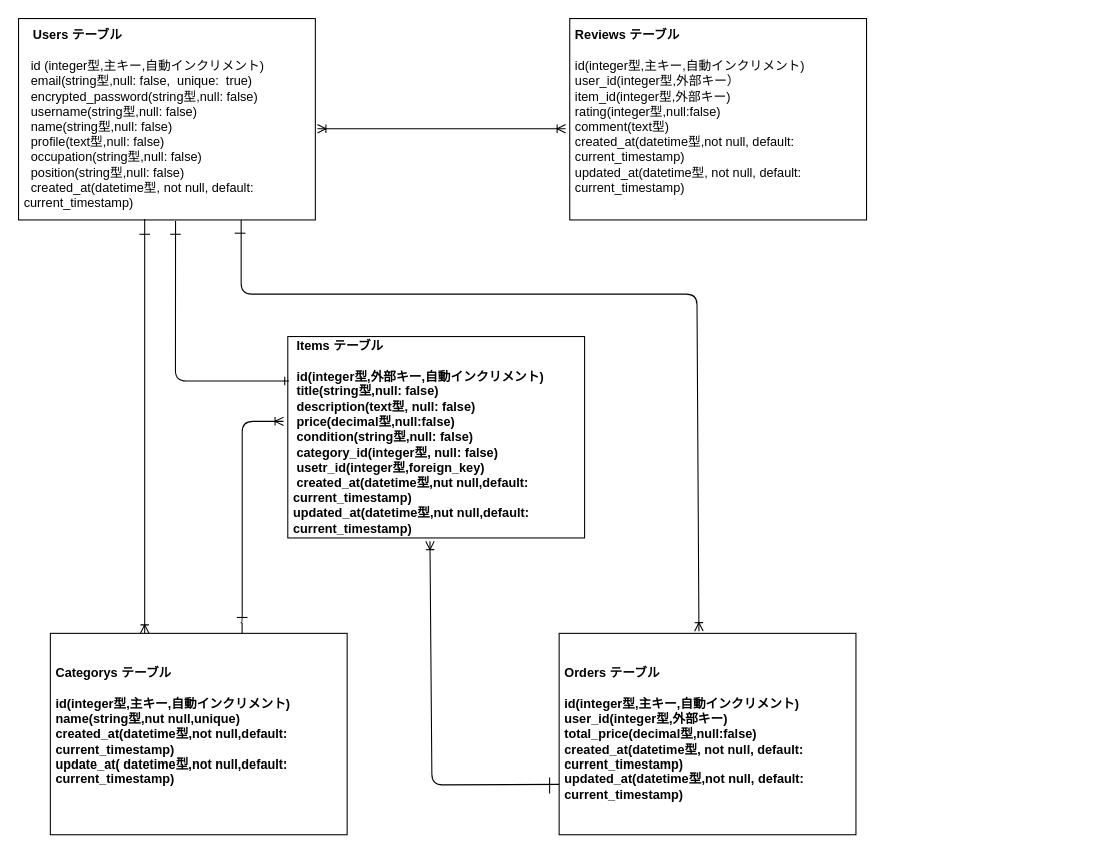
Earlier version of the draw.io diagram ER.dio (chanhito05/furima-40239). Source tidied: cells renumbered, new cells numbered last; positions are measured from the earlier drawing's top-left corner, leaving out a move shared by most shapes. Both pictures are drawn from the tidied source at 106%, with x=0, y=0 at pixel (18, 18).
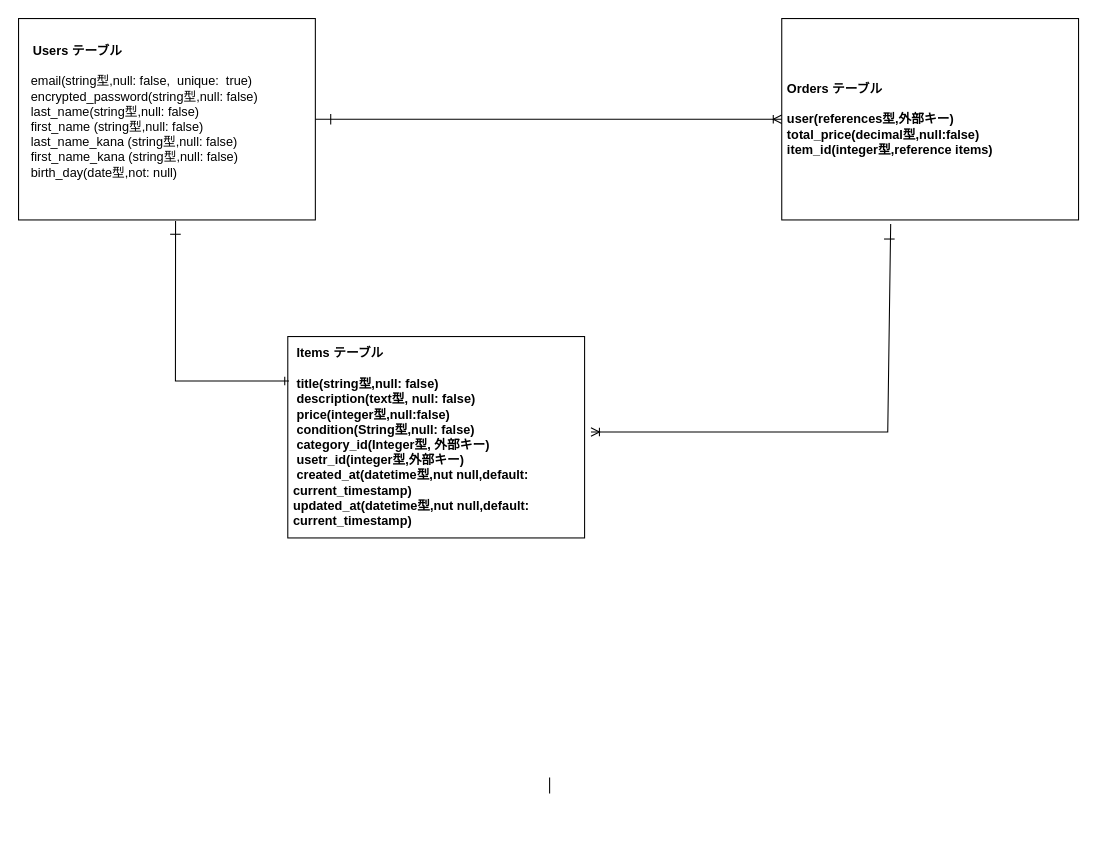
After the change.

What changed in the source:
```diff
@@
-    <mxCell id="2" value="&lt;b&gt;　Users テーブル&lt;br&gt;&lt;/b&gt;　&lt;br&gt;&amp;nbsp; &amp;nbsp;id (integer型,主キー,自動インクリメント)&lt;br&gt;&amp;nbsp; &amp;nbsp;email(string型,null: false,&amp;nbsp; unique:&amp;nbsp; true)&lt;br&gt;&amp;nbsp; &amp;nbsp;encrypted_password(string型,null: false)&lt;br&gt;&amp;nbsp; &amp;nbsp;username(string型,null: false)&lt;br&gt;&amp;nbsp; &amp;nbsp;name(string型,null: false)&lt;br&gt;&amp;nbsp; &amp;nbsp;profile(text型,null: false)&lt;br&gt;&amp;nbsp; &amp;nbsp;occupation(string型,null: false)&lt;br&gt;&amp;nbsp; &amp;nbsp;position(string型,null: false)&lt;br&gt;&amp;nbsp; &amp;nbsp;created_at(datetime型, not null, default:&amp;nbsp; &amp;nbsp; &amp;nbsp;current_timestamp)&lt;br&gt;" style="rounded=0;whiteSpace=wrap;html=1;align=left;" parent="1" vertex="1">
+    <mxCell id="2" value="&lt;b&gt;　Users テーブル&lt;br&gt;&lt;/b&gt;　&lt;br&gt;&amp;nbsp; &amp;nbsp;email(string型,null: false,&amp;nbsp; unique:&amp;nbsp; true)&lt;br&gt;&amp;nbsp; &amp;nbsp;encrypted_password(string型,null: false)&lt;br&gt;&amp;nbsp; &amp;nbsp;last_name(string型,null: false)&lt;br&gt;&amp;nbsp; &amp;nbsp;first_name&amp;nbsp;(string型,null: false)&lt;br&gt;&amp;nbsp; &amp;nbsp;last_name_kana&amp;nbsp;(string型,null: false)&lt;br&gt;&amp;nbsp; &amp;nbsp;first_name_kana (string型,null: false)&lt;br&gt;&amp;nbsp; &amp;nbsp;birth_day(date型,not: null)&amp;nbsp; &amp;nbsp;&lt;br&gt;&amp;nbsp; &amp;nbsp; &amp;nbsp;" style="rounded=0;whiteSpace=wrap;html=1;align=left;" parent="1" vertex="1">
       <mxGeometry width="280" height="190" as="geometry" />
     </mxCell>
-    <mxCell id="3" value="&lt;b&gt;&amp;nbsp; Items テーブル&lt;br&gt;&lt;br&gt;&amp;nbsp; id(integer型,外部キー,自動インクリメント)&lt;br&gt;&amp;nbsp; title(string型,null: false)&lt;br&gt;&amp;nbsp; description(text型, null: false)&lt;br&gt;&amp;nbsp; price(decimal型,null:false)&lt;br&gt;&amp;nbsp; condition(string型,null: false)&lt;br&gt;&amp;nbsp; category_id(integer型, null: false)&lt;br&gt;&amp;nbsp; usetr_id(integer型,foreign_key)&lt;br&gt;&amp;nbsp; created_at(datetime型,nut null,default:&amp;nbsp; &amp;nbsp;current_timestamp)&lt;br&gt;&amp;nbsp;updated_at(datetime型,nut null,default:&amp;nbsp; &amp;nbsp;current_timestamp)&lt;br&gt;&lt;/b&gt;" style="rounded=0;whiteSpace=wrap;html=1;align=left;" parent="1" vertex="1">
+    <mxCell id="3" value="&lt;b&gt;&amp;nbsp; Items テーブル&lt;br&gt;&lt;br&gt;&amp;nbsp; title(string型,null: false)&lt;br&gt;&amp;nbsp; description(text型, null: false)&lt;br&gt;&amp;nbsp; price(integer型,null:false)&lt;br&gt;&amp;nbsp; condition(String型,null: false)&lt;br&gt;&amp;nbsp; category_id(Integer型, 外部キー)&lt;br&gt;&amp;nbsp; usetr_id(integer型,外部キー)&lt;br&gt;&amp;nbsp; created_at(datetime型,nut null,default:&amp;nbsp; &amp;nbsp;current_timestamp)&lt;br&gt;&amp;nbsp;updated_at(datetime型,nut null,default:&amp;nbsp; &amp;nbsp;current_timestamp)&lt;br&gt;&lt;/b&gt;" style="rounded=0;whiteSpace=wrap;html=1;align=left;" parent="1" vertex="1">
       <mxGeometry x="254" y="300" width="280" height="190" as="geometry" />
     </mxCell>
-    <mxCell id="4" value="&lt;div style=&quot;&quot;&gt;&lt;b&gt;&amp;nbsp;Reviews テーブル&amp;nbsp;&lt;/b&gt;&lt;/div&gt;&lt;div style=&quot;&quot;&gt;&lt;b&gt;&lt;br&gt;&lt;/b&gt;&lt;/div&gt;&lt;div style=&quot;&quot;&gt;&amp;nbsp;id(integer型,主キー,自動インクリメント)&lt;/div&gt;&lt;div style=&quot;&quot;&gt;&amp;nbsp;user_id(integer型,外部キー）&lt;/div&gt;&lt;div style=&quot;&quot;&gt;&amp;nbsp;item_id(integer型,外部キー)&lt;/div&gt;&lt;div style=&quot;&quot;&gt;&amp;nbsp;rating(integer型,null:false)&lt;/div&gt;&lt;div style=&quot;&quot;&gt;&amp;nbsp;comment(text型)&lt;/div&gt;&lt;div style=&quot;&quot;&gt;&amp;nbsp;created_at(datetime型,not null, default:&amp;nbsp; &amp;nbsp;current_timestamp)&lt;/div&gt;&lt;div style=&quot;&quot;&gt;&amp;nbsp;updated_at(datetime型, not null, default:&amp;nbsp; &amp;nbsp;current_timestamp)&lt;/div&gt;&lt;div style=&quot;&quot;&gt;&lt;br&gt;&lt;/div&gt;" style="rounded=0;whiteSpace=wrap;html=1;align=left;" parent="1" vertex="1">
-      <mxGeometry x="520" width="280" height="190" as="geometry" />
-    </mxCell>
-    <mxCell id="5" value="&lt;b&gt;&amp;nbsp;Orders テーブル&lt;br&gt;&amp;nbsp;&lt;br&gt;&amp;nbsp;id(integer型,主キー,自動インクリメント)&lt;br&gt;&amp;nbsp;user_id(integer型,外部キー)&lt;br&gt;&amp;nbsp;total_price(decimal型,null:false)&lt;br&gt;&amp;nbsp;created_at(datetime型, not null, default:&amp;nbsp; &amp;nbsp;current_timestamp)&lt;br&gt;&amp;nbsp;updated_at(datetime型,not null, default:&amp;nbsp; &amp;nbsp;current_timestamp)&lt;br&gt;&lt;/b&gt;" style="rounded=0;whiteSpace=wrap;html=1;align=left;" parent="1" vertex="1">
-      <mxGeometry x="510" y="580" width="280" height="190" as="geometry" />
+    <mxCell id="5" value="&lt;b&gt;&amp;nbsp;Orders テーブル&lt;br&gt;&amp;nbsp;&lt;br&gt;&amp;nbsp;user(references型,外部キー)&lt;br&gt;&amp;nbsp;total_price(decimal型,null:false)&lt;br&gt;&amp;nbsp;item_id(integer型,reference items)&lt;br&gt;&lt;/b&gt;" style="rounded=0;whiteSpace=wrap;html=1;align=left;" parent="1" vertex="1">
+      <mxGeometry x="720" width="280" height="190" as="geometry" />
     </mxCell>
-    <mxCell id="6" value="&lt;b&gt;&amp;nbsp;Categorys テーブル&lt;br&gt;&lt;br&gt;&amp;nbsp;id(integer型,主キー,自動インクリメント)&lt;br&gt;&amp;nbsp;name(string型,nut null,unique)&lt;br&gt;&amp;nbsp;created_at(datetime型,not null,default:&amp;nbsp; &amp;nbsp;current_timestamp)&lt;br&gt;&amp;nbsp;update_at( datetime型,not null,default:&amp;nbsp; &amp;nbsp;current_timestamp)&lt;br&gt;&lt;br&gt;&lt;/b&gt;" style="rounded=0;whiteSpace=wrap;html=1;align=left;" parent="1" vertex="1">
-      <mxGeometry x="30" y="580" width="280" height="190" as="geometry" />
-    </mxCell>
-    <mxCell id="7" style="edgeStyle=entityRelationEdgeStyle;fontSize=12;html=1;endArrow=ERoneToMany;startArrow=ERoneToMany;exitX=1.007;exitY=0.547;exitDx=0;exitDy=0;exitPerimeter=0;entryX=-0.014;entryY=0.547;entryDx=0;entryDy=0;entryPerimeter=0;" parent="1" edge="1" source="2" target="4">
-      <mxGeometry relative="1" as="geometry" />
-    </mxCell>
-    <mxCell id="8" style="fontSize=12;html=1;endArrow=ERoneToMany;exitX=0.425;exitY=0.995;exitDx=0;exitDy=0;exitPerimeter=0;" parent="1" edge="1" source="2">
-      <mxGeometry relative="1" as="geometry">
-        <mxPoint x="119" y="580" as="targetPoint" />
-        <Array as="points">
-          <mxPoint x="119" y="560" />
-          <mxPoint x="119" y="580" />
-        </Array>
-      </mxGeometry>
-    </mxCell>
-    <mxCell id="9" style="line;strokeWidth=1;direction=west;html=1;" parent="1" vertex="1">
-      <mxGeometry x="114" y="197" width="10" height="13" as="geometry" />
-    </mxCell>
-    <mxCell id="10" style="edgeStyle=orthogonalEdgeStyle;fontSize=12;html=1;endArrow=ERoneToMany;exitX=0.646;exitY=0;exitDx=0;exitDy=0;exitPerimeter=0;startArrow=none;" parent="1" edge="1" source="12">
-      <mxGeometry relative="1" as="geometry">
-        <mxPoint x="250" y="380" as="targetPoint" />
-        <Array as="points">
-          <mxPoint x="211" y="380" />
-        </Array>
-      </mxGeometry>
-    </mxCell>
-    <mxCell id="11" style="edgeStyle=orthogonalEdgeStyle;fontSize=12;html=1;endArrow=none;exitX=0.646;exitY=0;exitDx=0;exitDy=0;exitPerimeter=0;" parent="1" edge="1" source="6" target="12">
-      <mxGeometry relative="1" as="geometry" />
-    </mxCell>
-    <mxCell id="12" style="line;strokeWidth=1;direction=west;html=1;" parent="1" vertex="1">
-      <mxGeometry x="206" y="560" width="10" height="10" as="geometry" />
-    </mxCell>
-    <mxCell id="13" style="fontSize=12;html=1;endArrow=ERoneToMany;entryX=0.479;entryY=1.016;entryDx=0;entryDy=0;exitX=0;exitY=0.75;exitDx=0;exitDy=0;entryPerimeter=0;" parent="1" edge="1" source="5" target="3">
+    <mxCell id="13" style="fontSize=12;html=1;endArrow=ERoneToMany;exitX=0.367;exitY=1.02;exitDx=0;exitDy=0;exitPerimeter=0;rounded=0;" parent="1" edge="1" source="5">
       <mxGeometry relative="1" as="geometry">
+        <mxPoint x="540" y="390" as="targetPoint" />
         <Array as="points">
-          <mxPoint x="390" y="723" />
+          <mxPoint x="820" y="390" />
         </Array>
       </mxGeometry>
     </mxCell>
-    <mxCell id="14" style="line;strokeWidth=1;direction=north;html=1;" parent="1" vertex="1">
+    <mxCell id="14" style="line;strokeWidth=1;direction=north;html=1;rounded=0;" parent="1" vertex="1">
       <mxGeometry x="471" y="716" width="60" height="15" as="geometry" />
     </mxCell>
-    <mxCell id="15" style="fontSize=12;html=1;endArrow=ERoneToMany;exitX=0.75;exitY=1;exitDx=0;exitDy=0;entryX=0.471;entryY=-0.011;entryDx=0;entryDy=0;entryPerimeter=0;" parent="1" edge="1" source="2" target="5">
+    <mxCell id="15" style="fontSize=12;html=1;endArrow=ERoneToMany;exitX=1;exitY=0.5;exitDx=0;exitDy=0;rounded=0;" parent="1" edge="1" source="2">
       <mxGeometry relative="1" as="geometry">
-        <Array as="points">
-          <mxPoint x="210" y="260" />
-          <mxPoint x="640" y="260" />
-        </Array>
+        <mxPoint x="720" y="95" as="targetPoint" />
       </mxGeometry>
     </mxCell>
-    <mxCell id="16" style="line;strokeWidth=1;direction=west;html=1;" parent="1" vertex="1">
-      <mxGeometry x="204" y="196" width="10" height="13" as="geometry" />
+    <mxCell id="16" style="line;strokeWidth=1;direction=north;html=1;rounded=0;" parent="1" vertex="1">
+      <mxGeometry x="288" y="90" width="13" height="10" as="geometry" />
     </mxCell>
-    <mxCell id="17" style="line;strokeWidth=1;direction=west;html=1;" parent="1" vertex="1">
+    <mxCell id="17" style="line;strokeWidth=1;direction=west;html=1;rounded=0;" parent="1" vertex="1">
       <mxGeometry x="143" y="197" width="10" height="13" as="geometry" />
     </mxCell>
-    <mxCell id="18" style="fontSize=12;html=1;endArrow=ERone;endFill=1;exitX=0.529;exitY=1.005;exitDx=0;exitDy=0;exitPerimeter=0;entryX=0.004;entryY=0.221;entryDx=0;entryDy=0;entryPerimeter=0;" parent="1" edge="1" source="2" target="3">
+    <mxCell id="18" style="fontSize=12;html=1;endArrow=ERone;endFill=1;exitX=0.529;exitY=1.005;exitDx=0;exitDy=0;exitPerimeter=0;entryX=0.004;entryY=0.221;entryDx=0;entryDy=0;entryPerimeter=0;rounded=0;" parent="1" edge="1" source="2" target="3">
       <mxGeometry relative="1" as="geometry">
         <Array as="points">
           <mxPoint x="148" y="342" />
         </Array>
       </mxGeometry>
     </mxCell>
+    <mxCell id="19" style="line;strokeWidth=1;direction=east;html=1;" parent="1" vertex="1">
+      <mxGeometry x="816.5" y="201.5" width="10" height="13" as="geometry" />
+    </mxCell>
```
